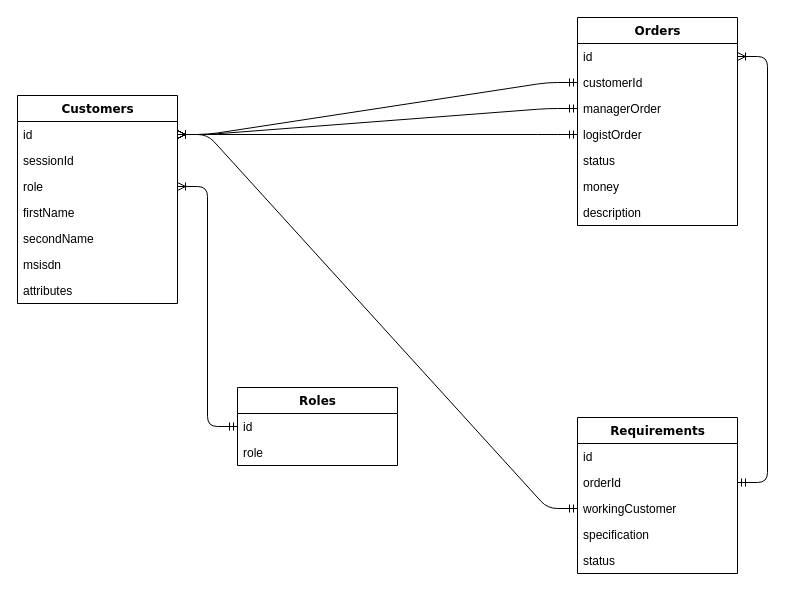
Earlier version of the draw.io diagram Diagrams/ER.drawio (extlol/Architecture_06_21). Source tidied: cells renumbered, new cells numbered last; positions are measured from the earlier drawing's top-left corner, leaving out a move shared by most shapes. Both pictures are drawn from the tidied source at 100%, with x=0, y=0 at pixel (17, 17).
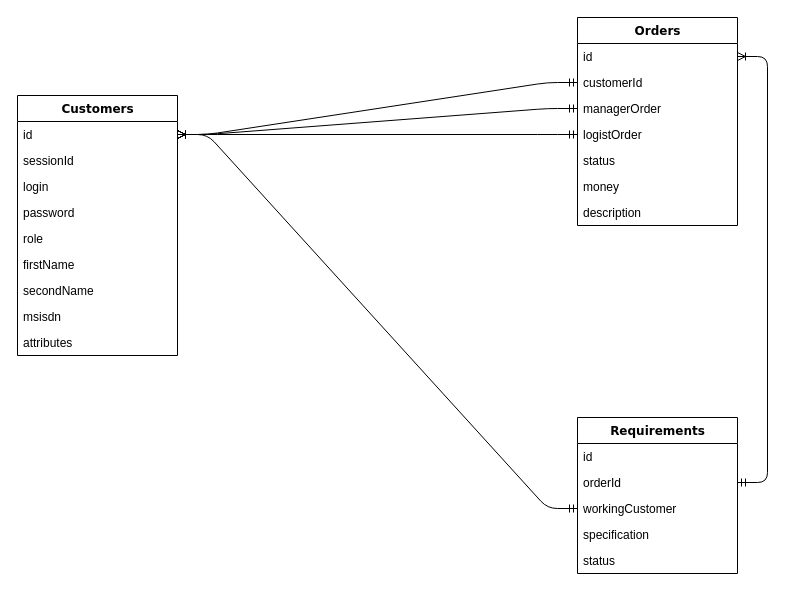
Above is the later version.

What changed in the source:
```diff
@@
     <mxCell id="2" value="Customers" style="swimlane;html=1;fontStyle=1;align=center;verticalAlign=top;horizontal=1;startSize=26;swimlaneFillColor=#ffffff;rounded=0;shadow=0;comic=0;labelBackgroundColor=none;strokeWidth=1;fillColor=none;fontFamily=Verdana;fontSize=12;" parent="1" vertex="1">
-      <mxGeometry y="78" width="160" height="208" as="geometry" />
+      <mxGeometry y="78" width="160" height="260" as="geometry" />
     </mxCell>
@@
+    <mxCell id="33" value="login" style="text;html=1;strokeColor=none;fillColor=none;align=left;verticalAlign=top;spacingLeft=4;spacingRight=4;whiteSpace=wrap;overflow=hidden;" parent="2" vertex="1">
+      <mxGeometry y="78" width="160" height="26" as="geometry" />
+    </mxCell>
+    <mxCell id="34" value="password" style="text;html=1;strokeColor=none;fillColor=none;align=left;verticalAlign=top;spacingLeft=4;spacingRight=4;whiteSpace=wrap;overflow=hidden;" parent="2" vertex="1">
+      <mxGeometry y="104" width="160" height="26" as="geometry" />
+    </mxCell>
     <mxCell id="5" value="role" style="text;html=1;strokeColor=none;fillColor=none;align=left;verticalAlign=top;spacingLeft=4;spacingRight=4;whiteSpace=wrap;overflow=hidden;points=[[0,0.5],[1,0.5]];portConstraint=eastwest;" parent="2" vertex="1">
-      <mxGeometry y="78" width="160" height="26" as="geometry" />
+      <mxGeometry y="130" width="160" height="26" as="geometry" />
     </mxCell>
     <mxCell id="6" value="firstName" style="text;html=1;strokeColor=none;fillColor=none;align=left;verticalAlign=top;spacingLeft=4;spacingRight=4;whiteSpace=wrap;overflow=hidden;" parent="2" vertex="1">
-      <mxGeometry y="104" width="160" height="26" as="geometry" />
+      <mxGeometry y="156" width="160" height="26" as="geometry" />
     </mxCell>
     <mxCell id="7" value="secondName" style="text;html=1;strokeColor=none;fillColor=none;align=left;verticalAlign=top;spacingLeft=4;spacingRight=4;whiteSpace=wrap;overflow=hidden;" parent="2" vertex="1">
-      <mxGeometry y="130" width="160" height="26" as="geometry" />
+      <mxGeometry y="182" width="160" height="26" as="geometry" />
     </mxCell>
     <mxCell id="8" value="msisdn" style="text;html=1;strokeColor=none;fillColor=none;align=left;verticalAlign=top;spacingLeft=4;spacingRight=4;whiteSpace=wrap;overflow=hidden;" parent="2" vertex="1">
-      <mxGeometry y="156" width="160" height="26" as="geometry" />
+      <mxGeometry y="208" width="160" height="26" as="geometry" />
     </mxCell>
     <mxCell id="9" value="attributes" style="text;html=1;strokeColor=none;fillColor=none;align=left;verticalAlign=top;spacingLeft=4;spacingRight=4;whiteSpace=wrap;overflow=hidden;" parent="2" vertex="1">
-      <mxGeometry y="182" width="160" height="26" as="geometry" />
+      <mxGeometry y="234" width="160" height="26" as="geometry" />
     </mxCell>
@@
-    <mxCell id="26" value="Roles" style="swimlane;html=1;fontStyle=1;align=center;verticalAlign=top;horizontal=1;startSize=26;swimlaneFillColor=#ffffff;rounded=0;shadow=0;comic=0;labelBackgroundColor=none;strokeWidth=1;fillColor=none;fontFamily=Verdana;fontSize=12;" parent="1" vertex="1">
-      <mxGeometry x="220" y="370" width="160" height="78" as="geometry" />
-    </mxCell>
-    <mxCell id="27" value="id" style="text;html=1;strokeColor=none;fillColor=none;align=left;verticalAlign=top;spacingLeft=4;spacingRight=4;whiteSpace=wrap;overflow=hidden;points=[[0,0.5],[1,0.5]];portConstraint=eastwest;" parent="26" vertex="1">
-      <mxGeometry y="26" width="160" height="26" as="geometry" />
-    </mxCell>
-    <mxCell id="28" value="role" style="text;html=1;strokeColor=none;fillColor=none;align=left;verticalAlign=top;spacingLeft=4;spacingRight=4;whiteSpace=wrap;overflow=hidden;" parent="26" vertex="1">
-      <mxGeometry y="52" width="160" height="26" as="geometry" />
-    </mxCell>
-    <mxCell id="29" style="edgeStyle=entityRelationEdgeStyle;fontSize=12;html=1;endArrow=ERoneToMany;startArrow=ERmandOne;exitX=0;exitY=0.5;exitDx=0;exitDy=0;entryX=1;entryY=0.5;entryDx=0;entryDy=0;" parent="1" edge="1" source="27" target="5">
-      <mxGeometry relative="1" as="geometry" />
-    </mxCell>
```
